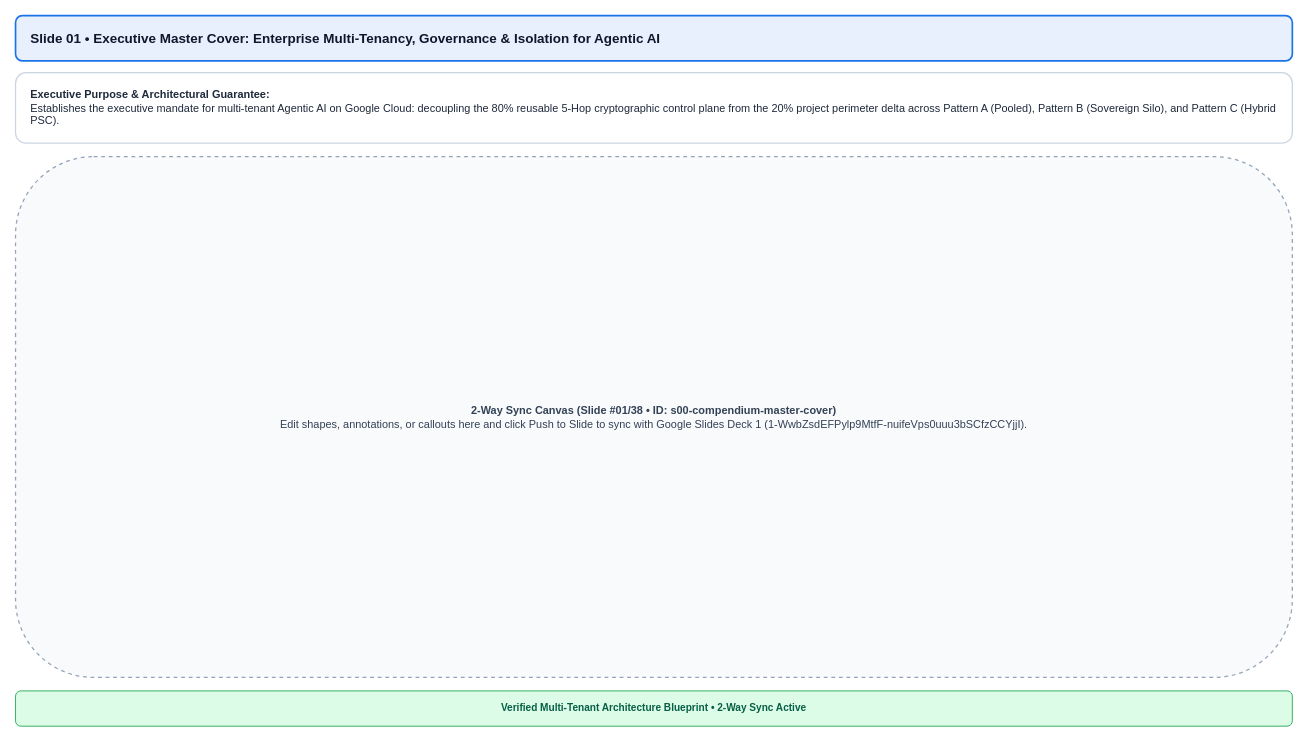
The draw.io diagram diagrams/compendium/drawio/s00-compendium-master-cover.drawio in nitinaggarwal-12/blogs, before the edit. Source tidied: cells renumbered, new cells numbered last; positions are measured from the earlier drawing's top-left corner, leaving out a move shared by most shapes. Both pictures are drawn from the tidied source at 84%, with x=0, y=0 at pixel (15, 15).
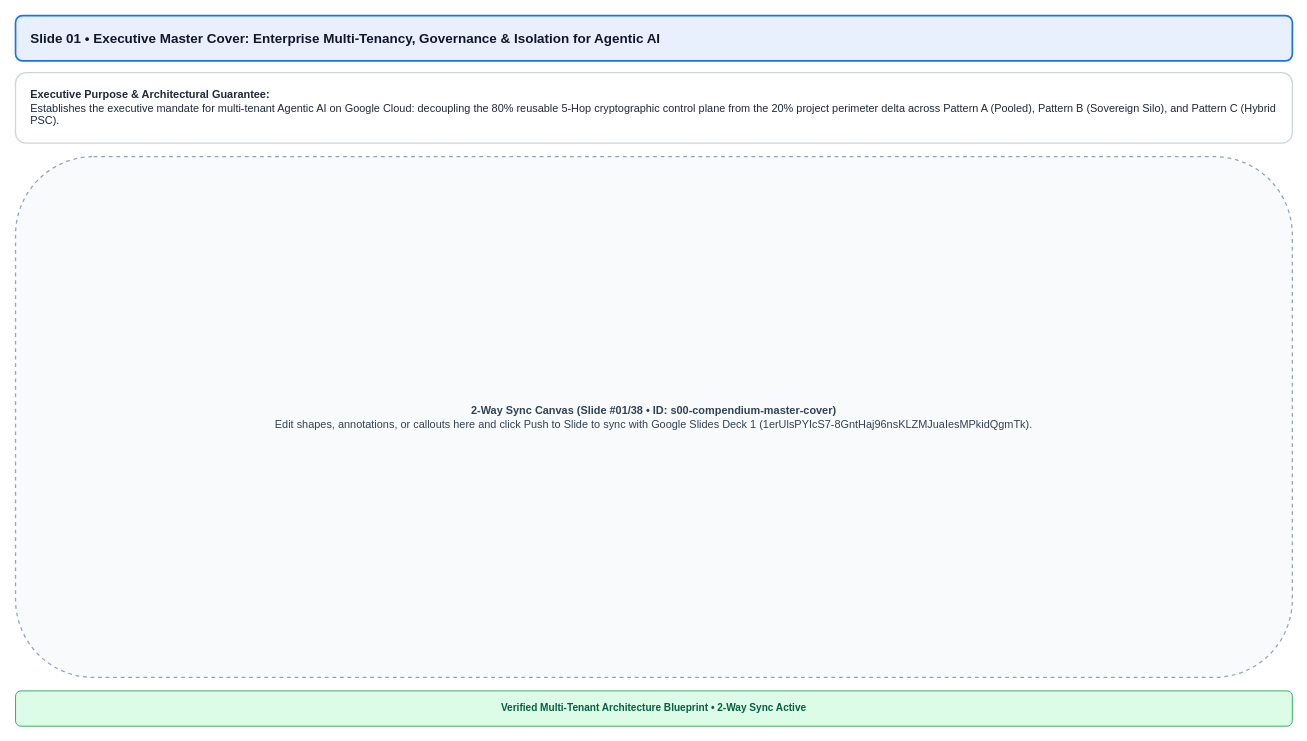
After the change.

Change to the diagram source:
```diff
@@
 <mxGraphModel>
   <root>
     <mxCell id="0" />
     <mxCell id="1" parent="0" />
     <mxCell id="2" value="&lt;b&gt;Slide 01 • Executive Master Cover: Enterprise Multi-Tenancy, Governance &amp; Isolation for Agentic AI&lt;/b&gt;" style="rounded=1;whiteSpace=wrap;html=1;fillColor=#e8f0fe;strokeColor=#1a73e8;fontColor=#0f172a;fontSize=16;align=left;spacingLeft=16;strokeWidth=2;" parent="1" vertex="1">
       <mxGeometry width="1520" height="54" as="geometry" />
     </mxCell>
     <mxCell id="3" value="&lt;b&gt;Executive Purpose &amp; Architectural Guarantee:&lt;/b&gt;&lt;br&gt;Establishes the executive mandate for multi-tenant Agentic AI on Google Cloud: decoupling the 80% reusable 5-Hop cryptographic control plane from the 20% project perimeter delta across Pattern A (Pooled), Pattern B (Sovereign Silo), and Pattern C (Hybrid PSC)." style="rounded=1;whiteSpace=wrap;html=1;fillColor=#ffffff;strokeColor=#cbd5e1;fontColor=#1e293b;fontSize=13;align=left;spacingLeft=16;spacingRight=16;strokeWidth=1.5;" parent="1" vertex="1">
       <mxGeometry y="68" width="1520" height="84" as="geometry" />
     </mxCell>
-    <mxCell id="4" value="&lt;b&gt;2-Way Sync Canvas (Slide #01/38 • ID: s00-compendium-master-cover)&lt;/b&gt;&lt;br&gt;Edit shapes, annotations, or callouts here and click Push to Slide to sync with Google Slides Deck 1 (1-WwbZsdEFPylp9MtfF-nuifeVps0uuu3bSCfzCCYjjI)." style="rounded=1;whiteSpace=wrap;html=1;fillColor=#f8fafc;strokeColor=#94a3b8;dashed=1;fontColor=#334155;fontSize=13;align=center;verticalAlign=middle;strokeWidth=1.5;" parent="1" vertex="1">
+    <mxCell id="4" value="&lt;b&gt;2-Way Sync Canvas (Slide #01/38 • ID: s00-compendium-master-cover)&lt;/b&gt;&lt;br&gt;Edit shapes, annotations, or callouts here and click Push to Slide to sync with Google Slides Deck 1 (1erUlsPYIcS7-8GntHaj96nsKLZMJuaIesMPkidQgmTk)." style="rounded=1;whiteSpace=wrap;html=1;fillColor=#f8fafc;strokeColor=#94a3b8;dashed=1;fontColor=#334155;fontSize=13;align=center;verticalAlign=middle;strokeWidth=1.5;" parent="1" vertex="1">
       <mxGeometry y="168" width="1520" height="620" as="geometry" />
     </mxCell>
     <mxCell id="5" value="Verified Multi-Tenant Architecture Blueprint • 2-Way Sync Active" style="rounded=1;whiteSpace=wrap;html=1;fillColor=#dcfce7;strokeColor=#16a34a;fontColor=#065f46;fontSize=12;fontStyle=1;align=center;" parent="1" vertex="1">
       <mxGeometry y="804" width="1520" height="42" as="geometry" />
     </mxCell>
   </root>
 </mxGraphModel>
```
